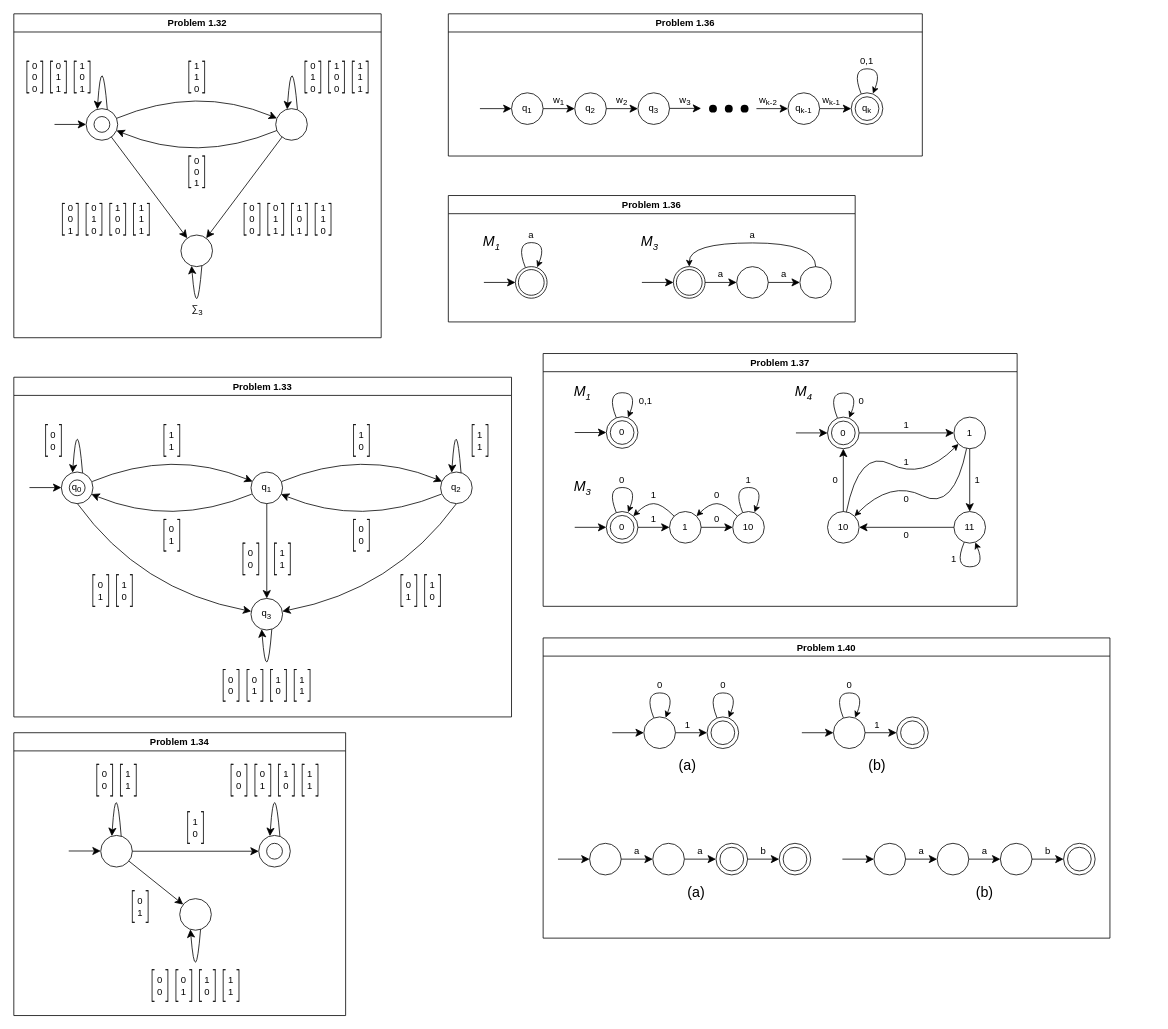
This is page "P1.xx" (2 of 8) of Introduction.to.the.Theory.of.Computation.3e/Figures/Firgures.drawio from mehshan/tcs, a draw.io file, before an edit. Source tidied: cells renumbered, new cells numbered last; positions are measured from the earlier drawing's top-left corner, leaving out a move shared by most shapes. Both pictures are drawn from the tidied source at 79%, with x=0, y=0 at pixel (13, 13).
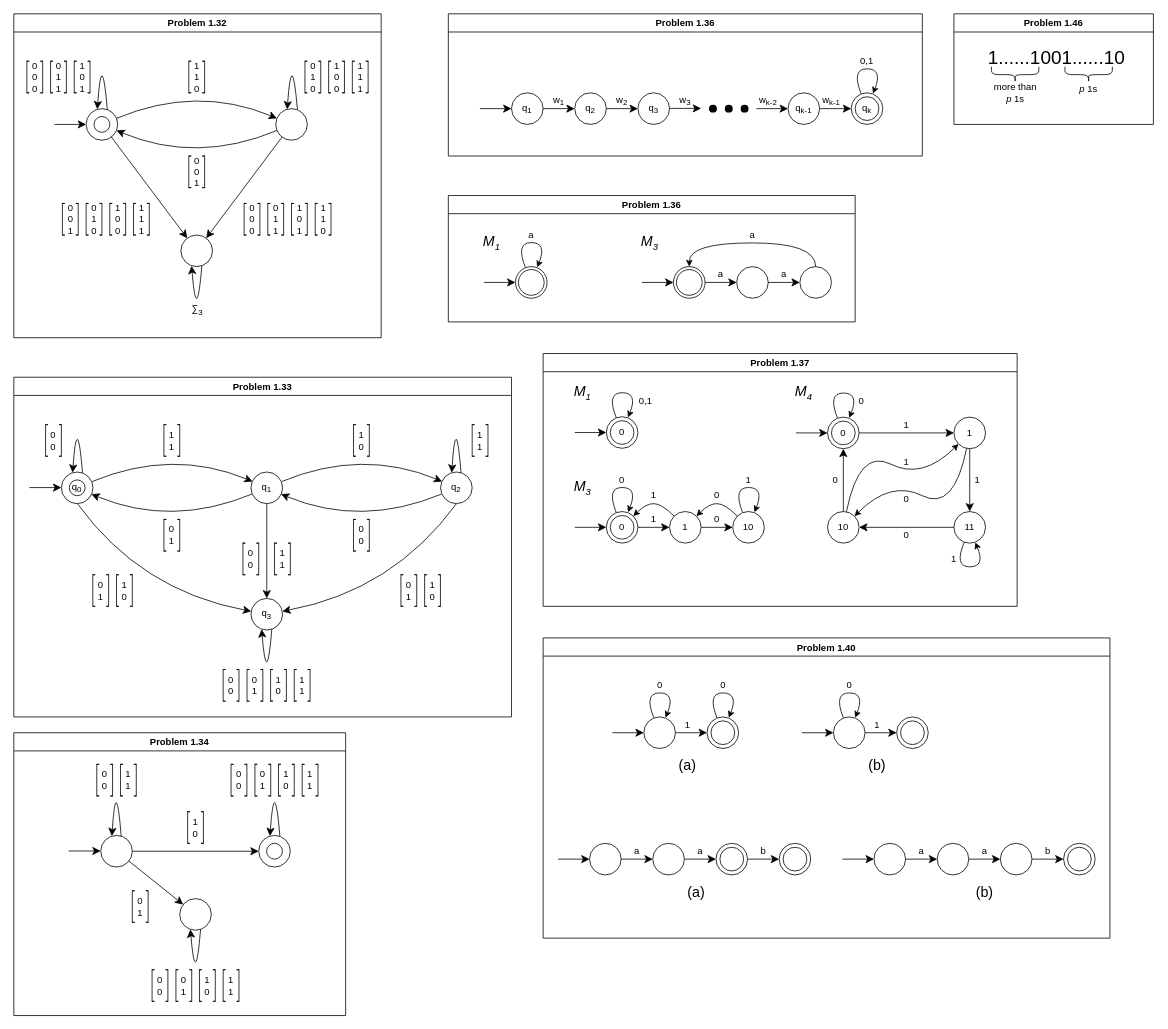
The same page after the edit.

The edit, as a diff of the source:
```diff
@@
+    <mxCell id="462" value="Problem 1.46" style="swimlane;" parent="1" vertex="1">
+      <mxGeometry x="1190" width="252.5" height="140" as="geometry" />
+    </mxCell>
+    <mxCell id="463" value="1......1001......10" style="text;align=center;verticalAlign=middle;whiteSpace=wrap;rounded=0;fontSize=24;textShadow=0;html=1;fontStyle=0;" parent="462" vertex="1">
+      <mxGeometry x="39.5" y="46" width="180" height="20" as="geometry" />
+    </mxCell>
+    <mxCell id="464" style="shape=curlyBracket;whiteSpace=wrap;html=1;rounded=1;labelPosition=left;verticalLabelPosition=middle;align=right;verticalAlign=middle;direction=north;" parent="462" vertex="1">
+      <mxGeometry x="47.5" y="67" width="60" height="20" as="geometry" />
+    </mxCell>
+    <mxCell id="465" style="shape=curlyBracket;whiteSpace=wrap;html=1;rounded=1;labelPosition=left;verticalLabelPosition=middle;align=right;verticalAlign=middle;direction=north;" parent="462" vertex="1">
+      <mxGeometry x="140.5" y="67" width="60" height="20" as="geometry" />
+    </mxCell>
+    <mxCell id="466" value="more than&lt;div&gt;&lt;i&gt;p&lt;/i&gt; 1s&lt;/div&gt;" style="text;html=1;align=center;verticalAlign=middle;whiteSpace=wrap;rounded=0;" parent="462" vertex="1">
+      <mxGeometry x="32.5" y="90" width="90" height="20" as="geometry" />
+    </mxCell>
+    <mxCell id="467" value="&lt;i&gt;p&lt;/i&gt; 1s" style="text;html=1;align=center;verticalAlign=middle;whiteSpace=wrap;rounded=0;" parent="462" vertex="1">
+      <mxGeometry x="156" y="90" width="29" height="11" as="geometry" />
+    </mxCell>
```
